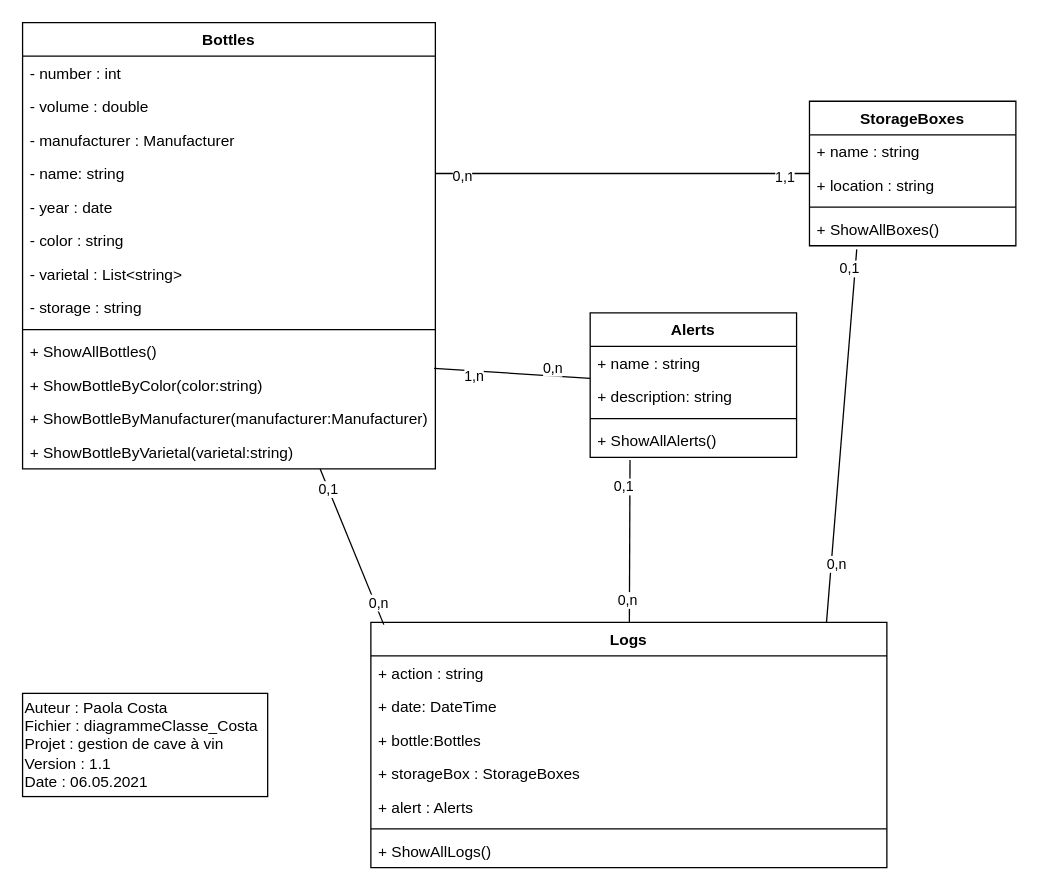
This is docs_avec_modification/diagrammes/diagrammeClasse_Costa.drawio from AhVen98/TPI_gestionCaveAVin, a draw.io file, before an edit. Source tidied: cells renumbered, new cells numbered last; positions are measured from the earlier drawing's top-left corner, leaving out a move shared by most shapes. Both pictures are drawn from the tidied source at 129%, with x=0, y=0 at pixel (22, 22).
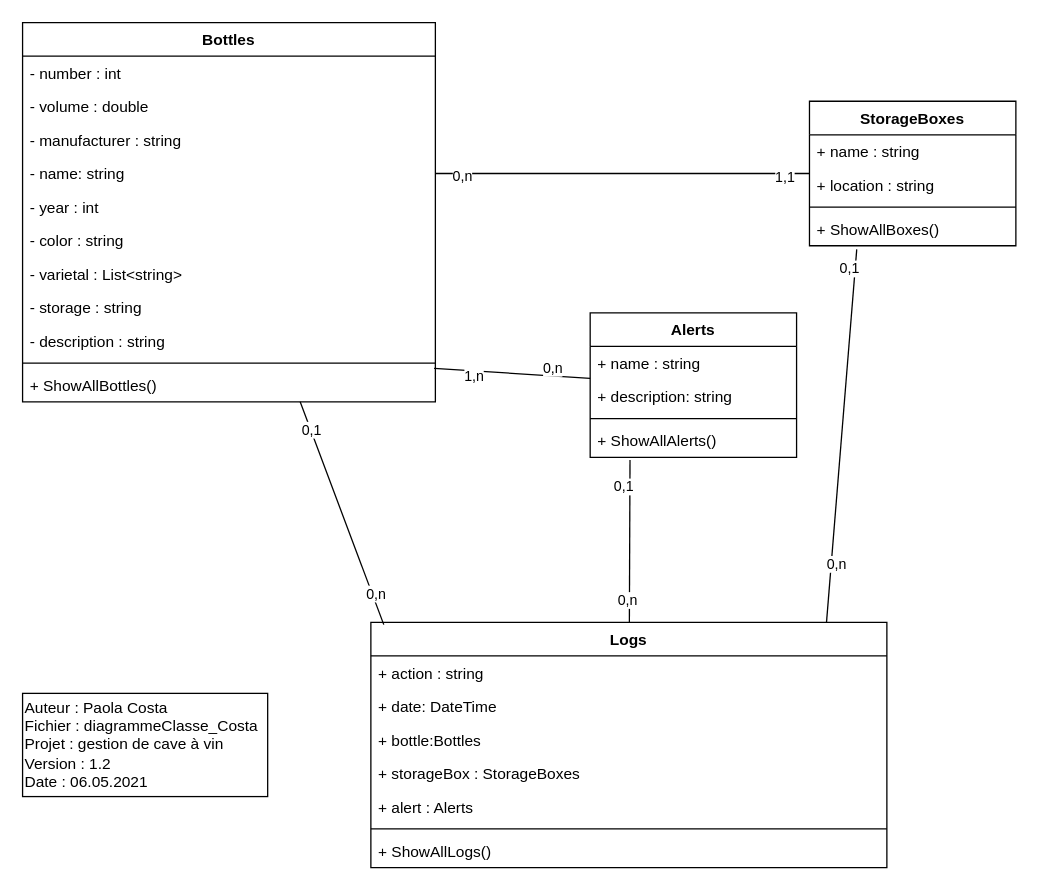
The same page after the edit.

Commit message (it also covers changes not shown here):
mise à jour du diagramme de classe

selon réalisation des classes, comme elles sont réellement conçues

Change to the diagram source:
```diff
@@
-    <mxCell id="2" value="Auteur : Paola Costa&lt;br&gt;Fichier : diagrammeClasse_Costa&lt;br&gt;Projet : gestion de cave à vin&lt;br&gt;Version : 1.1&lt;br&gt;Date : 06.05.2021" style="rounded=0;whiteSpace=wrap;html=1;align=left;" parent="1" vertex="1">
+    <mxCell id="2" value="Auteur : Paola Costa&lt;br&gt;Fichier : diagrammeClasse_Costa&lt;br&gt;Projet : gestion de cave à vin&lt;br&gt;Version : 1.2&lt;br&gt;Date : 06.05.2021" style="rounded=0;whiteSpace=wrap;html=1;align=left;" parent="1" vertex="1">
       <mxGeometry y="520" width="190" height="80" as="geometry" />
     </mxCell>
     <mxCell id="3" value="Bottles" style="swimlane;fontStyle=1;align=center;verticalAlign=top;horizontal=1;startSize=26;" parent="1" vertex="1">
-      <mxGeometry width="320" height="346" as="geometry" />
+      <mxGeometry width="320" height="294" as="geometry" />
     </mxCell>
@@
-    <mxCell id="6" value="- manufacturer : Manufacturer " style="text;strokeColor=none;fillColor=none;align=left;verticalAlign=top;spacingLeft=4;spacingRight=4;overflow=hidden;" parent="3" vertex="1">
+    <mxCell id="6" value="- manufacturer : string" style="text;strokeColor=none;fillColor=none;align=left;verticalAlign=top;spacingLeft=4;spacingRight=4;overflow=hidden;" parent="3" vertex="1">
       <mxGeometry y="78" width="320" height="26" as="geometry" />
     </mxCell>
@@
-    <mxCell id="8" value="- year : date" style="text;strokeColor=none;fillColor=none;align=left;verticalAlign=top;spacingLeft=4;spacingRight=4;overflow=hidden;" parent="3" vertex="1">
+    <mxCell id="8" value="- year : int" style="text;strokeColor=none;fillColor=none;align=left;verticalAlign=top;spacingLeft=4;spacingRight=4;overflow=hidden;" parent="3" vertex="1">
       <mxGeometry y="130" width="320" height="26" as="geometry" />
     </mxCell>
@@
+    <mxCell id="50" value="- storage : string" style="text;strokeColor=none;fillColor=none;align=left;verticalAlign=top;spacingLeft=4;spacingRight=4;overflow=hidden;" parent="3" vertex="1">
+      <mxGeometry y="208" width="320" height="26" as="geometry" />
+    </mxCell>
-    <mxCell id="11" value="- storage : string" style="text;strokeColor=none;fillColor=none;align=left;verticalAlign=top;spacingLeft=4;spacingRight=4;overflow=hidden;" parent="3" vertex="1">
-      <mxGeometry y="208" width="320" height="26" as="geometry" />
+    <mxCell id="11" value="- description : string" style="text;strokeColor=none;fillColor=none;align=left;verticalAlign=top;spacingLeft=4;spacingRight=4;overflow=hidden;" parent="3" vertex="1">
+      <mxGeometry y="234" width="320" height="26" as="geometry" />
     </mxCell>
     <mxCell id="12" style="line;strokeWidth=1;fillColor=none;align=left;verticalAlign=middle;spacingTop=-1;spacingLeft=3;spacingRight=3;labelPosition=right;" parent="3" vertex="1">
-      <mxGeometry y="234" width="320" height="8" as="geometry" />
+      <mxGeometry y="260" width="320" height="8" as="geometry" />
     </mxCell>
     <mxCell id="13" value="+ ShowAllBottles()" style="text;strokeColor=none;fillColor=none;align=left;verticalAlign=top;spacingLeft=4;spacingRight=4;overflow=hidden;" parent="3" vertex="1">
-      <mxGeometry y="242" width="320" height="26" as="geometry" />
+      <mxGeometry y="268" width="320" height="26" as="geometry" />
     </mxCell>
-    <mxCell id="14" value="+ ShowBottleByColor(color:string)" style="text;strokeColor=none;fillColor=none;align=left;verticalAlign=top;spacingLeft=4;spacingRight=4;overflow=hidden;" parent="3" vertex="1">
-      <mxGeometry y="268" width="320" height="26" as="geometry" />
-    </mxCell>
-    <mxCell id="15" value="+ ShowBottleByManufacturer(manufacturer:Manufacturer)" style="text;strokeColor=none;fillColor=none;align=left;verticalAlign=top;spacingLeft=4;spacingRight=4;overflow=hidden;" parent="3" vertex="1">
-      <mxGeometry y="294" width="320" height="26" as="geometry" />
-    </mxCell>
-    <mxCell id="16" value="+ ShowBottleByVarietal(varietal:string)" style="text;strokeColor=none;fillColor=none;align=left;verticalAlign=top;spacingLeft=4;spacingRight=4;overflow=hidden;" parent="3" vertex="1">
-      <mxGeometry y="320" width="320" height="26" as="geometry" />
-    </mxCell>
```
